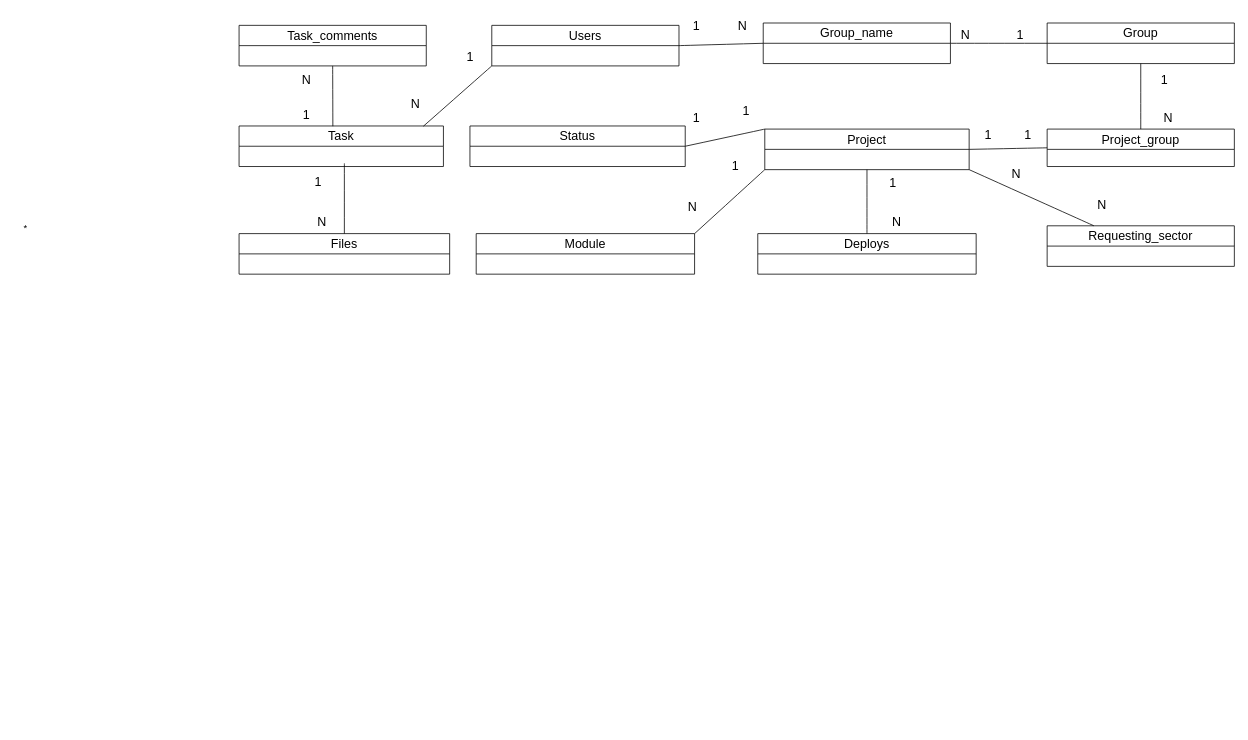
Earlier version of the draw.io diagram page "Página-2" (2 of 2) of Diagrama sem nome.drawio (FlavioCandidoSilva/2020_1_POO). Source tidied: cells renumbered, new cells numbered last; positions are measured from the earlier drawing's top-left corner, leaving out a move shared by most shapes. Both pictures are drawn from the tidied source at 78%, with x=0, y=0 at pixel (13, 13).
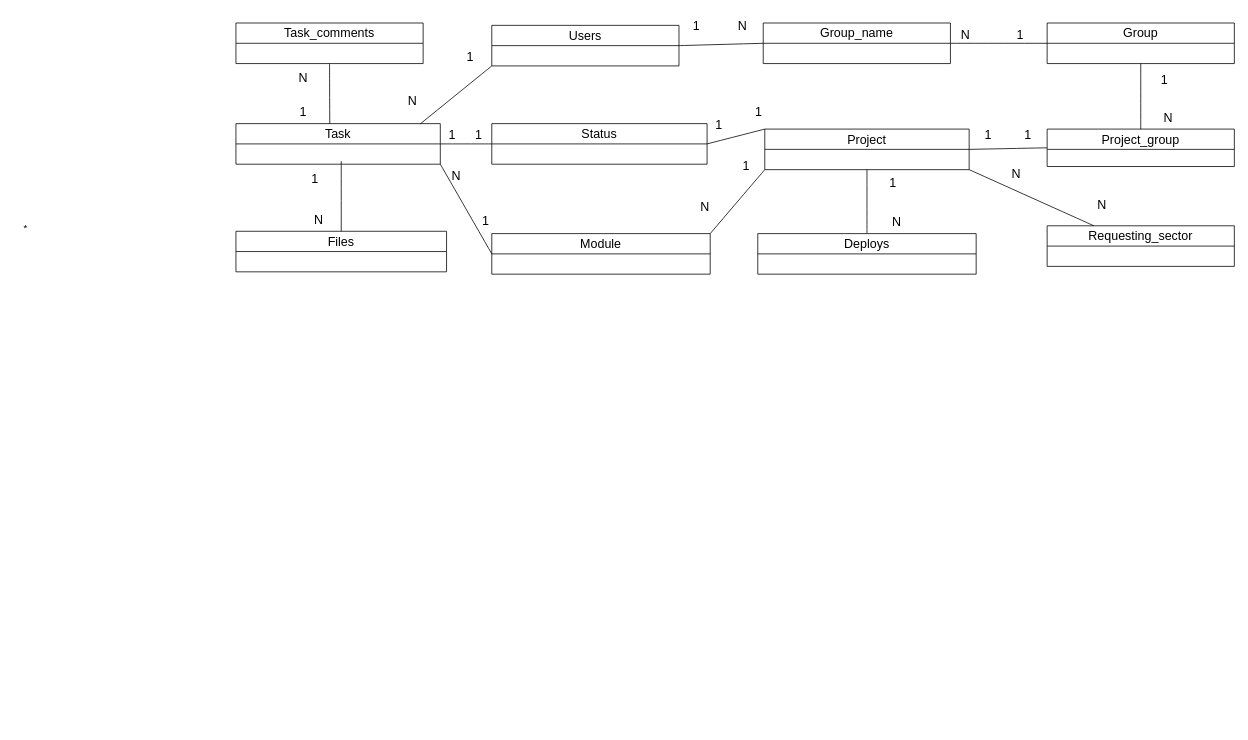
The same page after the edit.

Diff of the diagram source:
```diff
@@
+    <mxCell id="54" style="edgeStyle=none;curved=1;rounded=0;jettySize=auto;html=1;exitX=0;exitY=0.5;exitDx=0;exitDy=0;entryX=1;entryY=1;entryDx=0;entryDy=0;fontSize=12;startSize=8;endSize=8;endArrow=none;endFill=0;" parent="1" edge="1" source="5" target="7">
+      <mxGeometry relative="1" as="geometry" />
+    </mxCell>
     <mxCell id="5" value="Module" style="swimlane;fontStyle=0;horizontal=1;startSize=26;fillColor=none;whiteSpace=wrap;html=1;fontSize=16;" parent="1" vertex="1">
-      <mxGeometry x="593" y="282" width="280" height="52" as="geometry" />
+      <mxGeometry x="613" y="282" width="280" height="52" as="geometry" />
     </mxCell>
     <mxCell id="6" style="edgeStyle=none;curved=1;rounded=0;jettySize=auto;html=1;entryX=0.5;entryY=0;entryDx=0;entryDy=0;fontSize=12;startSize=8;endSize=8;endArrow=none;endFill=0;" parent="1" edge="1" target="14">
       <mxGeometry relative="1" as="geometry">
-        <mxPoint x="424" y="192" as="sourcePoint" />
+        <mxPoint x="420" y="189" as="sourcePoint" />
       </mxGeometry>
     </mxCell>
     <mxCell id="7" value="Task" style="swimlane;fontStyle=0;horizontal=1;startSize=26;fillColor=none;whiteSpace=wrap;html=1;fontSize=16;" parent="1" vertex="1">
-      <mxGeometry x="289" y="144" width="262" height="52" as="geometry" />
+      <mxGeometry x="285" y="141" width="262" height="52" as="geometry" />
     </mxCell>
+    <mxCell id="55" style="edgeStyle=none;curved=1;rounded=0;jettySize=auto;html=1;exitX=0;exitY=0.5;exitDx=0;exitDy=0;entryX=1;entryY=0.5;entryDx=0;entryDy=0;fontSize=12;startSize=8;endSize=8;endArrow=none;endFill=0;" parent="1" edge="1" source="8" target="7">
+      <mxGeometry relative="1" as="geometry" />
+    </mxCell>
     <mxCell id="8" value="Status" style="swimlane;fontStyle=0;horizontal=1;startSize=26;fillColor=none;whiteSpace=wrap;html=1;fontSize=16;" parent="1" vertex="1">
-      <mxGeometry x="585" y="144" width="276" height="52" as="geometry" />
+      <mxGeometry x="613" y="141" width="276" height="52" as="geometry" />
     </mxCell>
@@
     <mxCell id="13" value="Task_comments" style="swimlane;fontStyle=0;horizontal=1;startSize=26;fillColor=none;whiteSpace=wrap;html=1;fontSize=16;" parent="1" vertex="1">
-      <mxGeometry x="289" y="15" width="240" height="52" as="geometry" />
+      <mxGeometry x="285" y="12" width="240" height="52" as="geometry" />
     </mxCell>
     <mxCell id="14" value="Files" style="swimlane;fontStyle=0;horizontal=1;startSize=26;fillColor=none;whiteSpace=wrap;html=1;fontSize=16;" parent="1" vertex="1">
-      <mxGeometry x="289" y="282" width="270" height="52" as="geometry" />
+      <mxGeometry x="285" y="279" width="270" height="52" as="geometry" />
     </mxCell>
@@
     <mxCell id="39" value="N" style="text;html=1;align=center;verticalAlign=middle;strokeColor=none;fillColor=none;fontSize=16;" parent="1" vertex="1">
-      <mxGeometry x="495" y="100" width="40" height="30" as="geometry" />
+      <mxGeometry x="491" y="97" width="40" height="30" as="geometry" />
     </mxCell>
     <mxCell id="40" value="N" style="text;html=1;align=center;verticalAlign=middle;strokeColor=none;fillColor=none;fontSize=16;" parent="1" vertex="1">
-      <mxGeometry x="355" y="70" width="40" height="30" as="geometry" />
+      <mxGeometry x="351" y="67" width="40" height="30" as="geometry" />
     </mxCell>
     <mxCell id="41" value="1" style="text;html=1;align=center;verticalAlign=middle;strokeColor=none;fillColor=none;fontSize=16;" parent="1" vertex="1">
-      <mxGeometry x="360" y="114" width="30" height="30" as="geometry" />
+      <mxGeometry x="356" y="111" width="30" height="30" as="geometry" />
     </mxCell>
     <mxCell id="42" value="1" style="text;html=1;align=center;verticalAlign=middle;strokeColor=none;fillColor=none;fontSize=16;" parent="1" vertex="1">
-      <mxGeometry x="375" y="200" width="30" height="30" as="geometry" />
+      <mxGeometry x="371" y="197" width="30" height="30" as="geometry" />
     </mxCell>
     <mxCell id="43" value="N" style="text;html=1;align=center;verticalAlign=middle;strokeColor=none;fillColor=none;fontSize=16;" parent="1" vertex="1">
-      <mxGeometry x="375" y="252" width="40" height="30" as="geometry" />
+      <mxGeometry x="371" y="249" width="40" height="30" as="geometry" />
     </mxCell>
@@
     <mxCell id="46" value="1" style="text;html=1;align=center;verticalAlign=middle;strokeColor=none;fillColor=none;fontSize=16;" parent="1" vertex="1">
-      <mxGeometry x="924" y="110" width="30" height="30" as="geometry" />
+      <mxGeometry x="940" y="111" width="30" height="30" as="geometry" />
     </mxCell>
     <mxCell id="47" value="1" style="text;html=1;align=center;verticalAlign=middle;strokeColor=none;fillColor=none;fontSize=16;" parent="1" vertex="1">
-      <mxGeometry x="860" y="118" width="30" height="30" as="geometry" />
+      <mxGeometry x="889" y="127" width="30" height="30" as="geometry" />
     </mxCell>
     <mxCell id="48" value="1" style="text;html=1;align=center;verticalAlign=middle;strokeColor=none;fillColor=none;fontSize=16;" parent="1" vertex="1">
-      <mxGeometry x="910" y="180" width="30" height="30" as="geometry" />
+      <mxGeometry x="924" y="180" width="30" height="30" as="geometry" />
     </mxCell>
     <mxCell id="49" value="N" style="text;html=1;align=center;verticalAlign=middle;strokeColor=none;fillColor=none;fontSize=16;" parent="1" vertex="1">
-      <mxGeometry x="850" y="232" width="40" height="30" as="geometry" />
+      <mxGeometry x="866" y="232" width="40" height="30" as="geometry" />
     </mxCell>
@@
+    <mxCell id="56" value="1" style="text;html=1;align=center;verticalAlign=middle;strokeColor=none;fillColor=none;fontSize=16;" parent="1" vertex="1">
+      <mxGeometry x="581" y="140" width="30" height="30" as="geometry" />
+    </mxCell>
+    <mxCell id="57" value="1" style="text;html=1;align=center;verticalAlign=middle;strokeColor=none;fillColor=none;fontSize=16;" parent="1" vertex="1">
+      <mxGeometry x="547" y="140" width="30" height="30" as="geometry" />
+    </mxCell>
+    <mxCell id="58" value="1" style="text;html=1;align=center;verticalAlign=middle;strokeColor=none;fillColor=none;fontSize=16;" parent="1" vertex="1">
+      <mxGeometry x="590" y="250" width="30" height="30" as="geometry" />
+    </mxCell>
+    <mxCell id="59" value="N" style="text;html=1;align=center;verticalAlign=middle;strokeColor=none;fillColor=none;fontSize=16;" parent="1" vertex="1">
+      <mxGeometry x="547" y="193" width="40" height="30" as="geometry" />
+    </mxCell>
```
